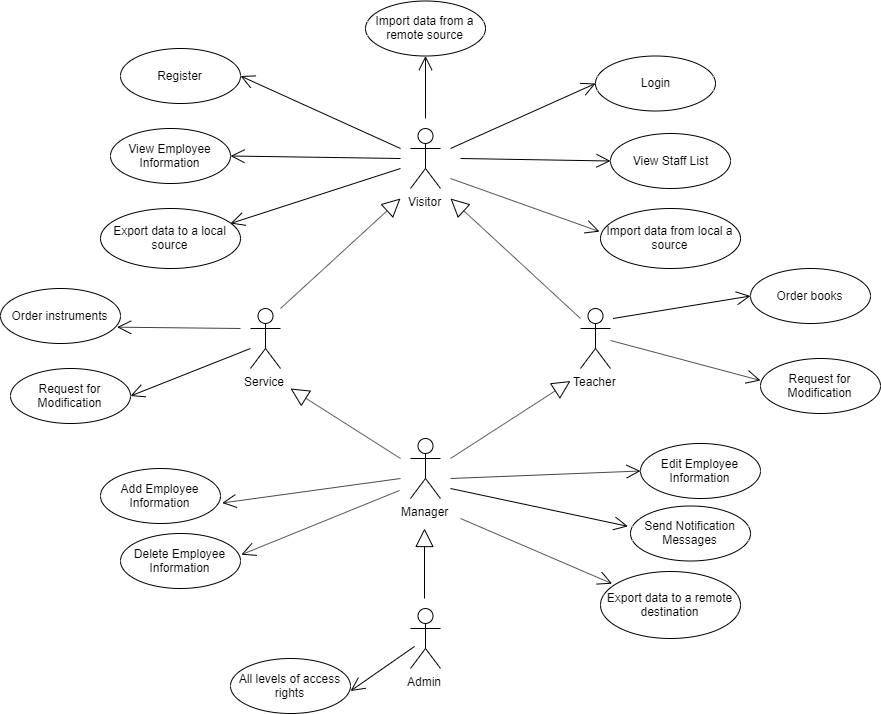
Earlier version of the draw.io export Diagrams/UseCaseDiagram.png (EfimSirotkin/SchoolStaffManager). Source tidied: cells renumbered, new cells last; positions are measured from the earlier drawing's top-left corner, leaving out a move shared by most shapes.
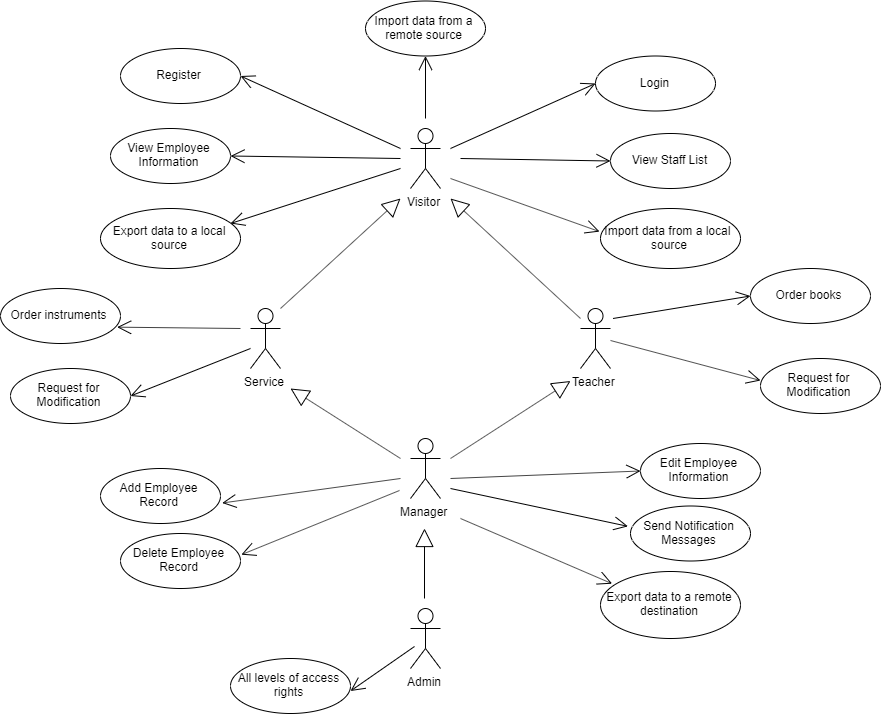
Later version of the same file.

Commit message:
Added full pack of activity Diagrams

Diff of the diagram source:
```diff
@@ -73,13 +73,13 @@
     <mxCell id="19" value="Edit Employee Information" style="ellipse;whiteSpace=wrap;html=1;" parent="1" vertex="1">
       <mxGeometry x="640" y="443" width="120" height="55" as="geometry" />
     </mxCell>
-    <mxCell id="20" value="Add Employee Information" style="ellipse;whiteSpace=wrap;html=1;" parent="1" vertex="1">
+    <mxCell id="20" value="Add Employee Record" style="ellipse;whiteSpace=wrap;html=1;" parent="1" vertex="1">
       <mxGeometry x="100" y="468" width="120" height="55" as="geometry" />
     </mxCell>
     <mxCell id="21" value="Send Notification Messages" style="ellipse;whiteSpace=wrap;html=1;" parent="1" vertex="1">
       <mxGeometry x="630" y="505.5" width="120" height="55" as="geometry" />
     </mxCell>
-    <mxCell id="22" value="Delete Employee Information" style="ellipse;whiteSpace=wrap;html=1;" parent="1" vertex="1">
+    <mxCell id="22" value="Delete Employee Record" style="ellipse;whiteSpace=wrap;html=1;" parent="1" vertex="1">
       <mxGeometry x="120" y="533" width="120" height="55" as="geometry" />
     </mxCell>
     <mxCell id="23" value="All levels of access rights" style="ellipse;whiteSpace=wrap;html=1;" parent="1" vertex="1">
@@ -129,7 +129,7 @@
         <mxPoint x="250" y="348" as="sourcePoint" />
       </mxGeometry>
     </mxCell>
-    <mxCell id="34" value="Import data from local a source" style="ellipse;whiteSpace=wrap;html=1;" parent="1" vertex="1">
+    <mxCell id="34" value="Import data from a local&amp;nbsp; source" style="ellipse;whiteSpace=wrap;html=1;" parent="1" vertex="1">
       <mxGeometry x="600" y="208" width="140" height="60" as="geometry" />
     </mxCell>
     <mxCell id="35" value="Export data to a local source" style="ellipse;whiteSpace=wrap;html=1;" parent="1" vertex="1">
```
